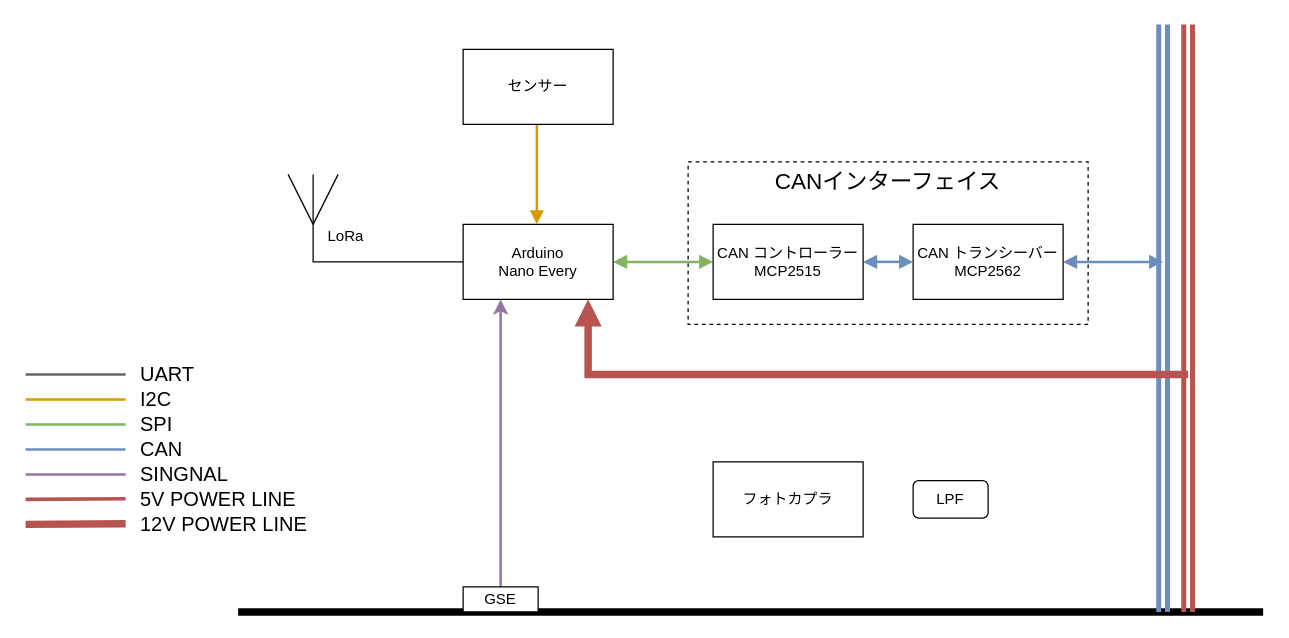
The draw.io diagram Documents/Reports/Drawio/ColorPalette_BlockDiagram.drawio in tokai-student-rocket-project/H-58-Avionics, before the edit. Source tidied: cells renumbered, new cells numbered last; positions are measured from the earlier drawing's top-left corner, leaving out a move shared by most shapes. Both pictures are drawn from the tidied source at 125%, with x=0, y=0 at pixel (25, 24).
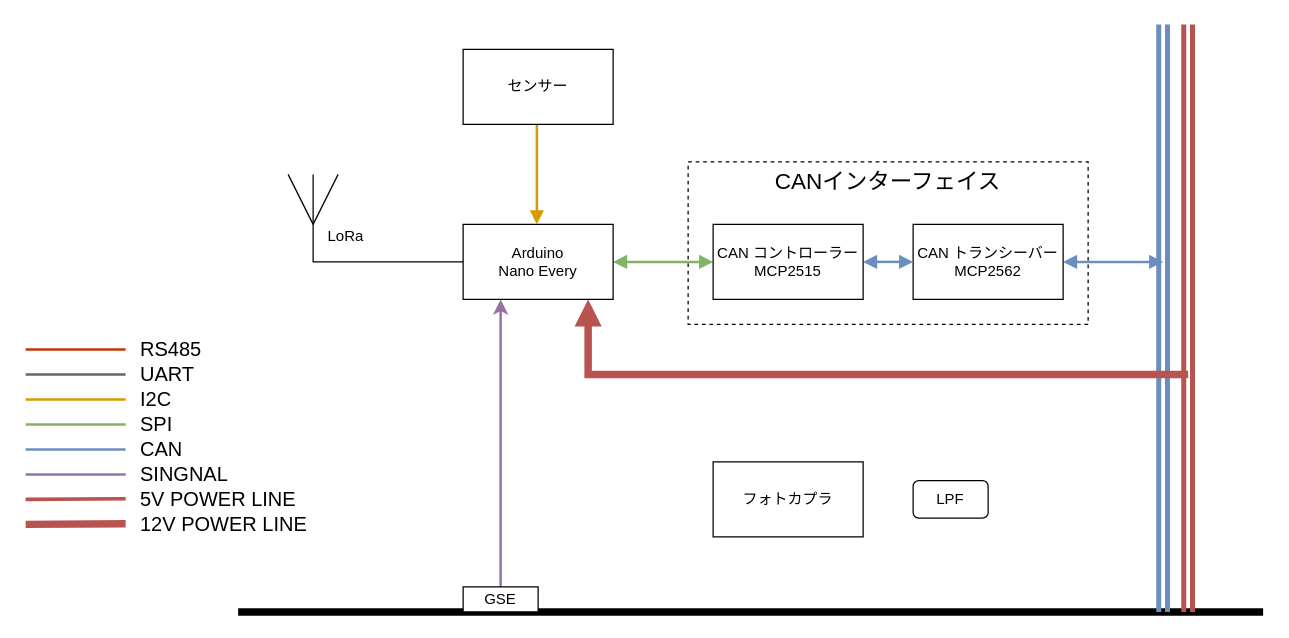
Above is the later version.

Commit message:
✨ RS485のテンプレートを追加

Diff of the diagram source:
```diff
@@
+    <mxCell id="39" style="endArrow=none;html=1;rounded=0;strokeWidth=2;fillColor=#fa6800;strokeColor=#C73500;" parent="1" edge="1">
+      <mxGeometry relative="1" as="geometry">
+        <mxPoint y="260" as="sourcePoint" />
+        <mxPoint x="80" y="260" as="targetPoint" />
+      </mxGeometry>
+    </mxCell>
+    <mxCell id="40" value="RS485" style="text;html=1;strokeColor=none;fillColor=none;align=left;verticalAlign=middle;whiteSpace=wrap;rounded=0;fontSize=16;" parent="1" vertex="1">
+      <mxGeometry x="90" y="250" width="60" height="20" as="geometry" />
+    </mxCell>
```
